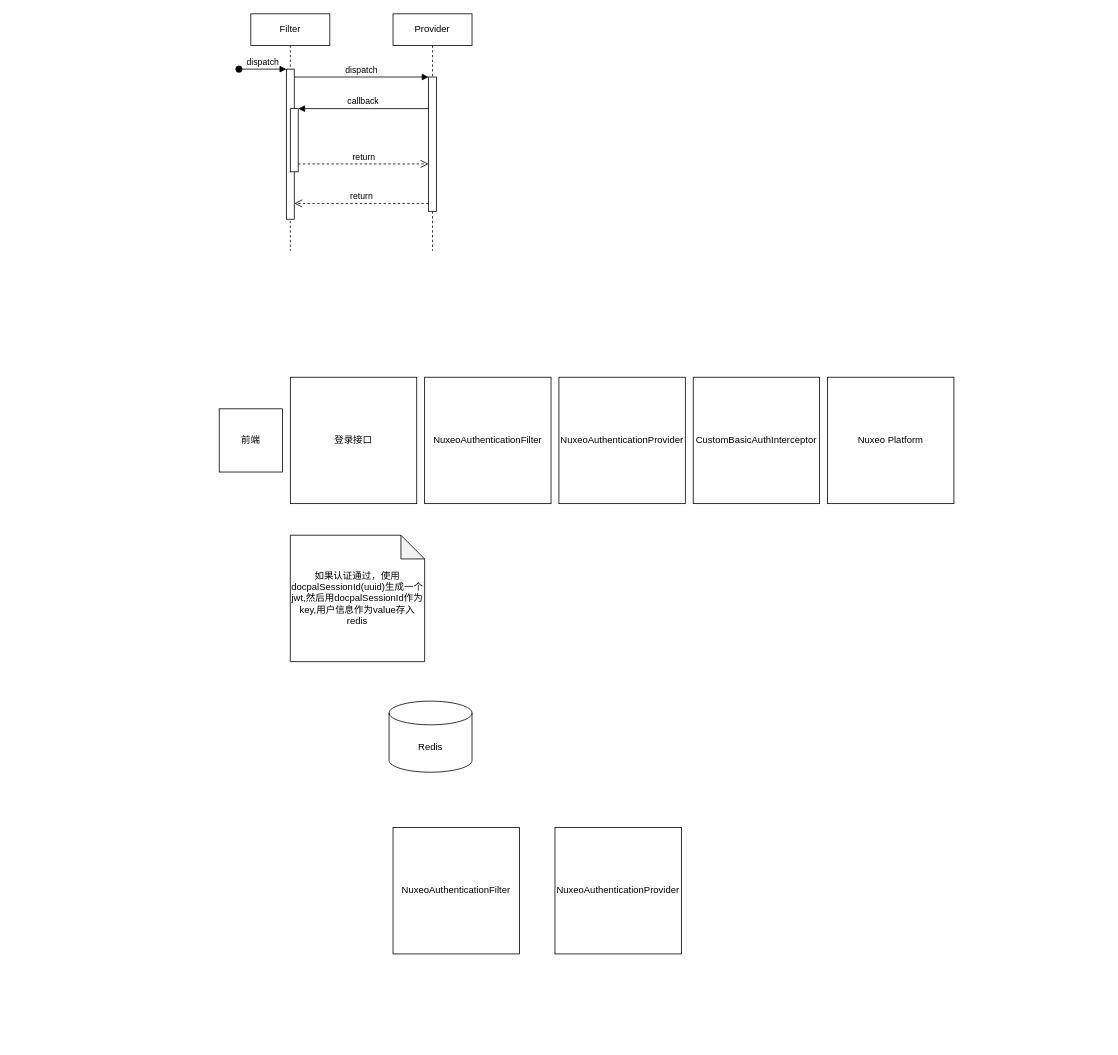
This is jwt.drawio from elninot/jwt, a draw.io file, before an edit. Source tidied: cells renumbered, new cells numbered last; positions are measured from the earlier drawing's top-left corner, leaving out a move shared by most shapes. Both pictures are drawn from the tidied source at 79%, with x=0, y=0 at pixel (219, 13).
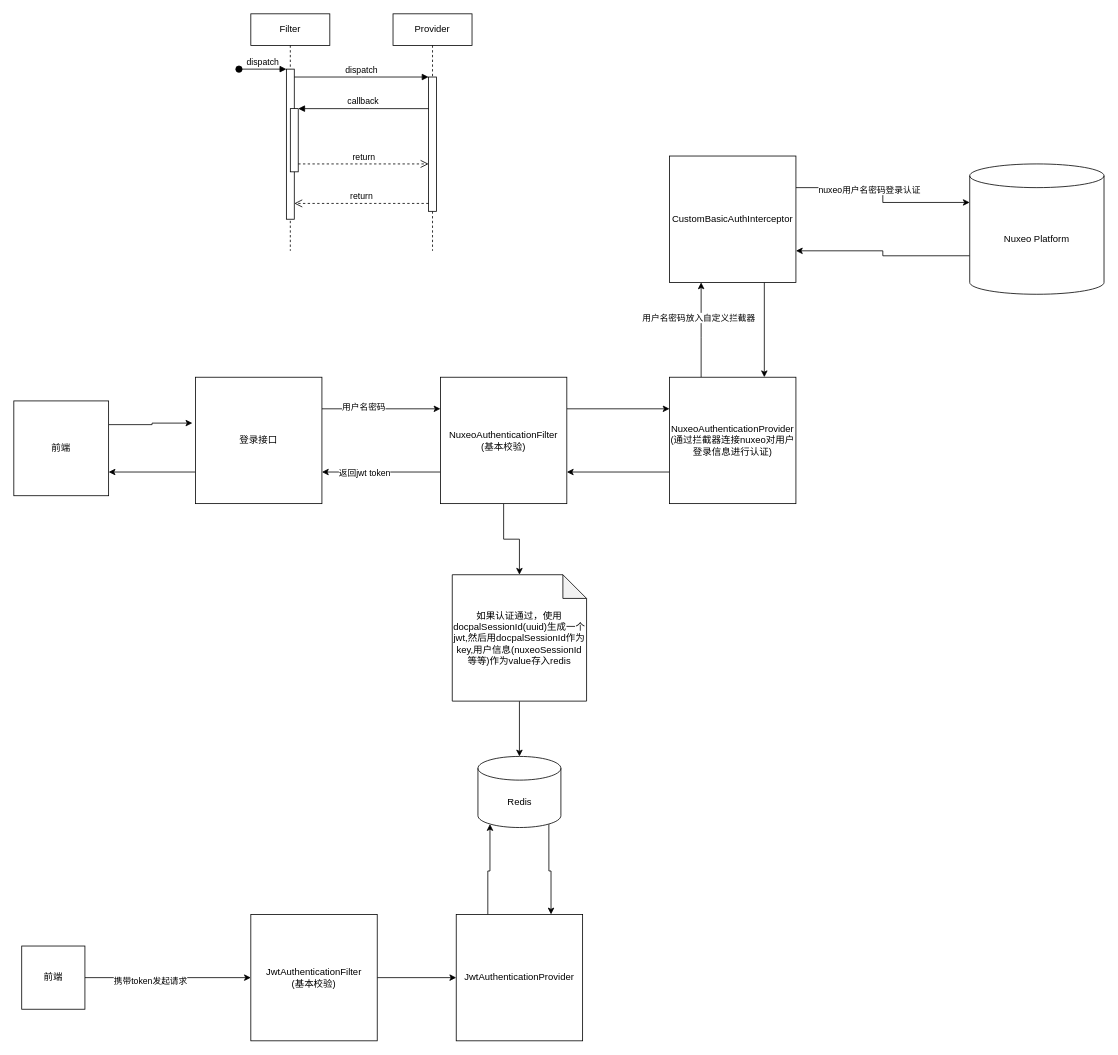
After the change.

The edit, as a diff of the source:
```diff
@@
+    <mxCell id="22" style="edgeStyle=orthogonalEdgeStyle;rounded=0;jettySize=auto;html=1;exitX=1;exitY=0.25;exitDx=0;exitDy=0;entryX=-0.025;entryY=0.363;entryDx=0;entryDy=0;entryPerimeter=0;" parent="1" edge="1" source="12" target="13">
+      <mxGeometry relative="1" as="geometry" />
+    </mxCell>
     <mxCell id="12" value="前端" style="whiteSpace=wrap;html=1;" parent="1" vertex="1">
-      <mxGeometry y="500" width="80" height="80" as="geometry" />
+      <mxGeometry x="-260" y="490" width="120" height="120" as="geometry" />
     </mxCell>
+    <mxCell id="23" style="edgeStyle=orthogonalEdgeStyle;rounded=0;jettySize=auto;html=1;exitX=1;exitY=0.25;exitDx=0;exitDy=0;entryX=0;entryY=0.25;entryDx=0;entryDy=0;" parent="1" edge="1" source="13" target="14">
+      <mxGeometry relative="1" as="geometry" />
+    </mxCell>
+    <mxCell id="24" value="用户名密码" style="edgeLabel;html=1;align=center;verticalAlign=middle;" parent="23" vertex="1">
+      <mxGeometry x="-0.31" y="3" relative="1" as="geometry" />
+    </mxCell>
+    <mxCell id="25" style="edgeStyle=orthogonalEdgeStyle;rounded=0;jettySize=auto;html=1;exitX=0;exitY=0.75;exitDx=0;exitDy=0;entryX=1;entryY=0.75;entryDx=0;entryDy=0;" parent="1" edge="1" source="13" target="12">
+      <mxGeometry relative="1" as="geometry" />
+    </mxCell>
     <mxCell id="13" value="登录接口" style="whiteSpace=wrap;html=1;" parent="1" vertex="1">
-      <mxGeometry x="90" y="460" width="160" height="160" as="geometry" />
+      <mxGeometry x="-30" y="460" width="160" height="160" as="geometry" />
     </mxCell>
+    <mxCell id="26" style="edgeStyle=orthogonalEdgeStyle;rounded=0;jettySize=auto;html=1;exitX=1;exitY=0.25;exitDx=0;exitDy=0;entryX=0;entryY=0.25;entryDx=0;entryDy=0;" parent="1" edge="1" source="14" target="15">
+      <mxGeometry relative="1" as="geometry" />
+    </mxCell>
+    <mxCell id="27" style="edgeStyle=orthogonalEdgeStyle;rounded=0;jettySize=auto;html=1;exitX=0;exitY=0.75;exitDx=0;exitDy=0;entryX=1;entryY=0.75;entryDx=0;entryDy=0;" parent="1" edge="1" source="14" target="13">
+      <mxGeometry relative="1" as="geometry" />
+    </mxCell>
+    <mxCell id="28" value="返回jwt token" style="edgeLabel;html=1;align=center;verticalAlign=middle;" parent="27" vertex="1">
+      <mxGeometry x="0.29" relative="1" as="geometry" />
+    </mxCell>
+    <mxCell id="29" style="edgeStyle=orthogonalEdgeStyle;rounded=0;jettySize=auto;html=1;" parent="1" edge="1" source="14" target="18">
+      <mxGeometry relative="1" as="geometry" />
+    </mxCell>
-    <mxCell id="14" value="NuxeoAuthenticationFilter" style="whiteSpace=wrap;html=1;" parent="1" vertex="1">
-      <mxGeometry x="260" y="460" width="160" height="160" as="geometry" />
+    <mxCell id="14" value="NuxeoAuthenticationFilter&lt;br&gt;(基本校验)" style="whiteSpace=wrap;html=1;" parent="1" vertex="1">
+      <mxGeometry x="280" y="460" width="160" height="160" as="geometry" />
     </mxCell>
+    <mxCell id="30" style="edgeStyle=orthogonalEdgeStyle;rounded=0;jettySize=auto;html=1;exitX=0;exitY=0.75;exitDx=0;exitDy=0;entryX=1;entryY=0.75;entryDx=0;entryDy=0;" parent="1" edge="1" source="15" target="14">
+      <mxGeometry relative="1" as="geometry" />
+    </mxCell>
+    <mxCell id="31" style="edgeStyle=orthogonalEdgeStyle;rounded=0;jettySize=auto;html=1;exitX=0.25;exitY=0;exitDx=0;exitDy=0;entryX=0.25;entryY=1;entryDx=0;entryDy=0;" parent="1" edge="1" source="15" target="16">
+      <mxGeometry relative="1" as="geometry">
+        <Array as="points">
+          <mxPoint x="610" y="410" />
+          <mxPoint x="610" y="410" />
+        </Array>
+      </mxGeometry>
+    </mxCell>
+    <mxCell id="32" value="用户名密码放入自定义拦截器" style="edgeLabel;html=1;align=center;verticalAlign=middle;" parent="31" vertex="1">
+      <mxGeometry x="0.27" y="4" relative="1" as="geometry" />
+    </mxCell>
-    <mxCell id="15" value="NuxeoAuthenticationProvider" style="whiteSpace=wrap;html=1;" parent="1" vertex="1">
-      <mxGeometry x="430" y="460" width="160" height="160" as="geometry" />
+    <mxCell id="15" value="NuxeoAuthenticationProvider&lt;br&gt;(通过拦截器连接nuxeo对用户登录信息进行认证)" style="whiteSpace=wrap;html=1;" parent="1" vertex="1">
+      <mxGeometry x="570" y="460" width="160" height="160" as="geometry" />
     </mxCell>
+    <mxCell id="33" style="edgeStyle=orthogonalEdgeStyle;rounded=0;jettySize=auto;html=1;exitX=0.75;exitY=1;exitDx=0;exitDy=0;entryX=0.75;entryY=0;entryDx=0;entryDy=0;" parent="1" edge="1" source="16" target="15">
+      <mxGeometry relative="1" as="geometry" />
+    </mxCell>
+    <mxCell id="34" style="edgeStyle=orthogonalEdgeStyle;rounded=0;jettySize=auto;html=1;exitX=1;exitY=0.25;exitDx=0;exitDy=0;entryX=0;entryY=0;entryDx=0;entryDy=48.75;entryPerimeter=0;" parent="1" edge="1" source="16" target="17">
+      <mxGeometry relative="1" as="geometry" />
+    </mxCell>
+    <mxCell id="35" value="nuxeo用户名密码登录认证" style="edgeLabel;html=1;align=center;verticalAlign=middle;" parent="34" vertex="1">
+      <mxGeometry x="-0.23" y="-2" relative="1" as="geometry" />
+    </mxCell>
     <mxCell id="16" value="CustomBasicAuthInterceptor" style="whiteSpace=wrap;html=1;" parent="1" vertex="1">
-      <mxGeometry x="600" y="460" width="160" height="160" as="geometry" />
+      <mxGeometry x="570" y="180" width="160" height="160" as="geometry" />
     </mxCell>
+    <mxCell id="36" style="edgeStyle=orthogonalEdgeStyle;rounded=0;jettySize=auto;html=1;entryX=0.5;entryY=0;entryDx=0;entryDy=0;entryPerimeter=0;" parent="1" edge="1" source="18" target="19">
+      <mxGeometry relative="1" as="geometry" />
+    </mxCell>
+    <mxCell id="18" value="如果认证通过，使用docpalSessionId(uuid)生成一个jwt,然后用docpalSessionId作为key,用户信息(nuxeoSessionId等等)作为value存入redis" style="shape=note;whiteSpace=wrap;html=1;backgroundOutline=1;darkOpacity=0.05;" parent="1" vertex="1">
+      <mxGeometry x="295" y="710" width="170" height="160" as="geometry" />
+    </mxCell>
+    <mxCell id="37" style="edgeStyle=orthogonalEdgeStyle;rounded=0;jettySize=auto;html=1;exitX=0.855;exitY=1;exitDx=0;exitDy=-4.35;exitPerimeter=0;entryX=0.75;entryY=0;entryDx=0;entryDy=0;" parent="1" edge="1" source="19" target="21">
+      <mxGeometry relative="1" as="geometry" />
+    </mxCell>
+    <mxCell id="19" value="Redis" style="shape=cylinder3;whiteSpace=wrap;html=1;boundedLbl=1;backgroundOutline=1;size=15;" parent="1" vertex="1">
+      <mxGeometry x="327.5" y="940" width="105" height="90" as="geometry" />
+    </mxCell>
+    <mxCell id="38" style="edgeStyle=orthogonalEdgeStyle;rounded=0;jettySize=auto;html=1;" parent="1" edge="1" source="20" target="21">
+      <mxGeometry relative="1" as="geometry" />
+    </mxCell>
+    <mxCell id="20" value="JwtAuthenticationFilter&lt;br&gt;(基本校验)" style="whiteSpace=wrap;html=1;" parent="1" vertex="1">
+      <mxGeometry x="40" y="1140" width="160" height="160" as="geometry" />
+    </mxCell>
+    <mxCell id="39" style="edgeStyle=orthogonalEdgeStyle;rounded=0;jettySize=auto;html=1;exitX=0.25;exitY=0;exitDx=0;exitDy=0;entryX=0.145;entryY=1;entryDx=0;entryDy=-4.35;entryPerimeter=0;" parent="1" edge="1" source="21" target="19">
+      <mxGeometry relative="1" as="geometry" />
+    </mxCell>
+    <mxCell id="21" value="JwtAuthenticationProvider" style="whiteSpace=wrap;html=1;" parent="1" vertex="1">
+      <mxGeometry x="300" y="1140" width="160" height="160" as="geometry" />
+    </mxCell>
+    <mxCell id="40" style="edgeStyle=orthogonalEdgeStyle;rounded=0;jettySize=auto;html=1;" parent="1" edge="1" source="42" target="20">
+      <mxGeometry relative="1" as="geometry" />
+    </mxCell>
+    <mxCell id="41" value="携带token发起请求" style="edgeLabel;html=1;align=center;verticalAlign=middle;" parent="40" vertex="1">
+      <mxGeometry x="-0.22" y="-3" relative="1" as="geometry" />
+    </mxCell>
+    <mxCell id="42" value="前端" style="whiteSpace=wrap;html=1;" parent="1" vertex="1">
+      <mxGeometry x="-250" y="1180" width="80" height="80" as="geometry" />
+    </mxCell>
+    <mxCell id="43" style="edgeStyle=orthogonalEdgeStyle;rounded=0;jettySize=auto;html=1;exitX=0;exitY=0;exitDx=0;exitDy=116.25;exitPerimeter=0;entryX=1;entryY=0.75;entryDx=0;entryDy=0;" parent="1" edge="1" source="17" target="16">
+      <mxGeometry relative="1" as="geometry" />
+    </mxCell>
-    <mxCell id="17" value="Nuxeo Platform" style="whiteSpace=wrap;html=1;" parent="1" vertex="1">
-      <mxGeometry x="770" y="460" width="160" height="160" as="geometry" />
+    <mxCell id="17" value="Nuxeo Platform" style="shape=cylinder3;whiteSpace=wrap;html=1;boundedLbl=1;backgroundOutline=1;size=15;" parent="1" vertex="1">
+      <mxGeometry x="950" y="190" width="170" height="165" as="geometry" />
     </mxCell>
-    <mxCell id="18" value="如果认证通过，使用docpalSessionId(uuid)生成一个jwt,然后用docpalSessionId作为key,用户信息作为value存入redis" style="shape=note;whiteSpace=wrap;html=1;backgroundOutline=1;darkOpacity=0.05;" parent="1" vertex="1">
-      <mxGeometry x="90" y="660" width="170" height="160" as="geometry" />
-    </mxCell>
-    <mxCell id="19" value="Redis" style="shape=cylinder3;whiteSpace=wrap;html=1;boundedLbl=1;backgroundOutline=1;size=15;" parent="1" vertex="1">
-      <mxGeometry x="215" y="870" width="105" height="90" as="geometry" />
-    </mxCell>
-    <mxCell id="20" value="NuxeoAuthenticationFilter" style="whiteSpace=wrap;html=1;" parent="1" vertex="1">
-      <mxGeometry x="220" y="1030" width="160" height="160" as="geometry" />
-    </mxCell>
-    <mxCell id="21" value="NuxeoAuthenticationProvider" style="whiteSpace=wrap;html=1;" parent="1" vertex="1">
-      <mxGeometry x="425" y="1030" width="160" height="160" as="geometry" />
-    </mxCell>
```
